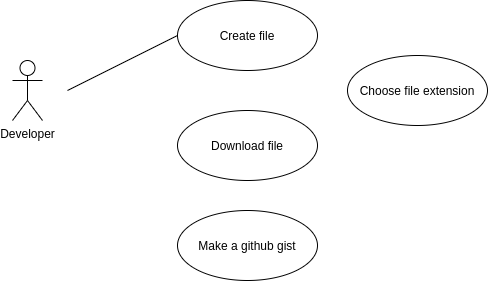
dmenezesgabriel/js-ide keeps this draw.io diagram as docs/diagrams/use-cases.drawio.png. Above is the earlier version. Source tidied: cells renumbered, new cells last; positions are measured from the earlier drawing's top-left corner, leaving out a move shared by most shapes.
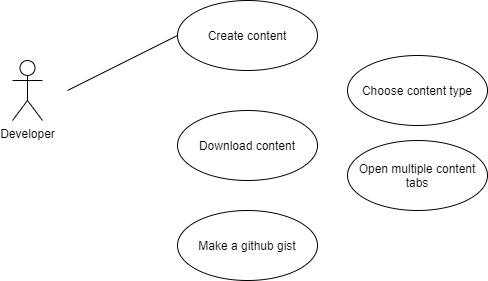
Above is the later version.

Change to the diagram source:
```diff
@@ -5,7 +5,7 @@
     <mxCell id="2" value="Developer" style="shape=umlActor;verticalLabelPosition=bottom;verticalAlign=top;html=1;" parent="1" vertex="1">
       <mxGeometry y="60" width="30" height="60" as="geometry" />
     </mxCell>
-    <mxCell id="3" value="Create file" style="ellipse;whiteSpace=wrap;html=1;" parent="1" vertex="1">
+    <mxCell id="3" value="Create content" style="ellipse;whiteSpace=wrap;html=1;" parent="1" vertex="1">
       <mxGeometry x="165" width="140" height="70" as="geometry" />
     </mxCell>
     <mxCell id="4" style="edgeStyle=none;html=1;endArrow=none;verticalAlign=bottom;entryX=0;entryY=0.5;entryDx=0;entryDy=0;" parent="1" edge="1" target="3">
@@ -13,14 +13,17 @@
         <mxPoint x="55" y="90" as="sourcePoint" />
       </mxGeometry>
     </mxCell>
-    <mxCell id="5" value="Download file" style="ellipse;whiteSpace=wrap;html=1;" parent="1" vertex="1">
+    <mxCell id="5" value="Download content" style="ellipse;whiteSpace=wrap;html=1;" parent="1" vertex="1">
       <mxGeometry x="165" y="110" width="140" height="70" as="geometry" />
     </mxCell>
-    <mxCell id="6" value="Choose file extension" style="ellipse;whiteSpace=wrap;html=1;" parent="1" vertex="1">
+    <mxCell id="6" value="Choose content type" style="ellipse;whiteSpace=wrap;html=1;" parent="1" vertex="1">
       <mxGeometry x="335" y="55" width="140" height="70" as="geometry" />
     </mxCell>
     <mxCell id="7" value="Make a github gist" style="ellipse;whiteSpace=wrap;html=1;" parent="1" vertex="1">
       <mxGeometry x="165" y="210" width="140" height="70" as="geometry" />
     </mxCell>
+    <mxCell id="8" value="Open multiple content tabs" style="ellipse;whiteSpace=wrap;html=1;" parent="1" vertex="1">
+      <mxGeometry x="335" y="140" width="140" height="70" as="geometry" />
+    </mxCell>
   </root>
 </mxGraphModel>
```
